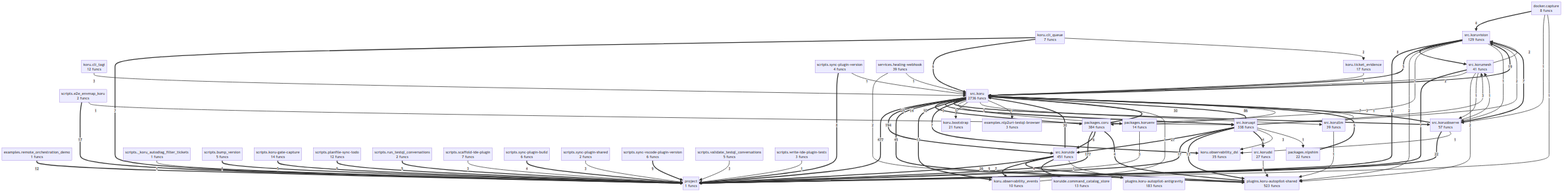
semcod/koru keeps this Mermaid diagram as project/compact_flow.png. Above is the earlier version. Its source is kept beside it as project/compact_flow.mmd.
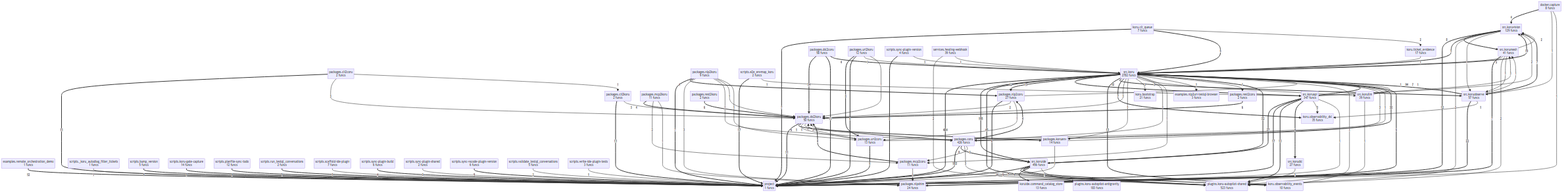
The same diagram one commit later.

The edit, as a diff of the source:
```diff
@@ -4,14 +4,25 @@
     examples__remote_orchestration_demo["examples.remote_orchestration_demo<br/>1 funcs"]
     koru__bootstrap["koru.bootstrap<br/>21 funcs"]
     koru__cli_queue["koru.cli_queue<br/>7 funcs"]
-    koru__cli_tagi["koru.cli_tagi<br/>12 funcs"]
     koru__observability_dsl["koru.observability_dsl<br/>35 funcs"]
     koru__observability_events["koru.observability_events<br/>10 funcs"]
     koru__ticket_evidence["koru.ticket_evidence<br/>17 funcs"]
     koruide__command_catalog_store["koruide.command_catalog_store<br/>13 funcs"]
-    packages__coru["packages.coru<br/>384 funcs"]
+    packages__cli2coru["packages.cli2coru<br/>2 funcs"]
+    packages__cli2koru["packages.cli2koru<br/>2 funcs"]
+    packages__coru["packages.coru<br/>426 funcs"]
+    packages__dsl2coru["packages.dsl2coru<br/>58 funcs"]
+    packages__dsl2koru["packages.dsl2koru<br/>50 funcs"]
     packages__koruenv["packages.koruenv<br/>14 funcs"]
-    packages__nlpshim["packages.nlpshim<br/>22 funcs"]
+    packages__mcp2coru["packages.mcp2coru<br/>11 funcs"]
+    packages__mcp2koru["packages.mcp2koru<br/>11 funcs"]
+    packages__nlp2coru["packages.nlp2coru<br/>27 funcs"]
+    packages__nlp2koru["packages.nlp2koru<br/>9 funcs"]
+    packages__nlpshim["packages.nlpshim<br/>24 funcs"]
+    packages__rest2coru["packages.rest2coru<br/>2 funcs"]
+    packages__rest2koru["packages.rest2koru<br/>2 funcs"]
+    packages__uri2coru["packages.uri2coru<br/>13 funcs"]
+    packages__uri2koru["packages.uri2koru<br/>12 funcs"]
     plugins__koru_autopilot_antigravity["plugins.koru-autopilot-antigravity<br/>183 funcs"]
     plugins__koru_autopilot_shared["plugins.koru-autopilot-shared<br/>523 funcs"]
     project["project<br/>1 funcs"]
@@ -29,68 +40,93 @@
     scripts__validate_testql_conversations["scripts.validate_testql_conversations<br/>5 funcs"]
     scripts__write_ide_plugin_tests["scripts.write-ide-plugin-tests<br/>3 funcs"]
     services__healing_webhook["services.healing-webhook<br/>39 funcs"]
-    src__koru["src.koru<br/>2736 funcs"]
-    src__koruapi["src.koruapi<br/>338 funcs"]
+    src__koru["src.koru<br/>2782 funcs"]
+    src__koruapi["src.koruapi<br/>347 funcs"]
     src__korudsl["src.korudsl<br/>27 funcs"]
-    src__koruide["src.koruide<br/>451 funcs"]
+    src__koruide["src.koruide<br/>456 funcs"]
     src__korullm["src.korullm<br/>39 funcs"]
     src__korumesh["src.korumesh<br/>41 funcs"]
     src__koruobserve["src.koruobserve<br/>57 funcs"]
     src__koruvision["src.koruvision<br/>129 funcs"]
-    src__koru ==>|477| project
-    src__koru ==>|194| src__koruide
-    packages__coru ==>|177| project
-    src__koruapi ==>|86| src__koru
+    src__koru ==>|484| project
+    src__koru ==>|195| src__koruide
+    packages__coru ==>|183| project
+    src__koruapi ==>|94| src__koru
     src__koru ==>|45| plugins__koru_autopilot_shared
+    packages__dsl2coru ==>|34| packages__dsl2koru
+    src__koruide ==>|32| src__koru
     packages__coru ==>|30| src__koru
-    src__koruide ==>|30| src__koru
     src__koruapi ==>|27| src__koruide
     src__koruide ==>|26| project
-    src__koru ==>|25| packages__coru
     src__koruobserve ==>|22| project
+    src__koru ==>|22| packages__nlp2coru
     src__koru ==>|19| src__koruvision
     src__koruapi ==>|17| project
     scripts__e2e_envmap_koru ==>|17| project
-    src__koru ==>|14| src__koruapi
+    src__koru ==>|15| src__koruapi
     src__koruapi ==>|13| plugins__koru_autopilot_shared
     src__koru ==>|13| koru__observability_events
     examples__remote_orchestration_demo ==>|12| project
     src__koruvision ==>|12| project
+    packages__dsl2koru ==>|11| project
+    packages__cli2koru ==>|11| project
+    packages__dsl2coru ==>|11| project
+    packages__cli2coru ==>|11| project
     src__koru ==>|10| src__koruobserve
     src__koruide ==>|9| plugins__koru_autopilot_shared
     scripts__planfile_sync_todo ==>|9| project
     scripts__sync_vscode_plugin_version ==>|9| project
+    packages__uri2koru ==>|8| packages__uri2coru
+    packages__coru ==>|8| src__koruide
     src__koruvision ==>|8| src__korumesh
     scripts__sync_plugin_version ==>|8| project
+    packages__nlp2koru ==>|7| project
     src__koruobserve ==>|7| src__koru
     src__koruobserve ==>|7| src__koruvision
     src__korumesh ==>|7| project
     src__koruide ==>|7| koru__observability_events
     src__koru ==>|7| koru__observability_dsl
     koru__cli_queue ==>|7| project
+    packages__dsl2koru ==>|6| packages__koruenv
+    packages__uri2coru ==>|6| project
     packages__nlpshim ==>|6| src__koru
-    packages__coru ==>|6| src__koruide
+    packages__uri2koru ==>|6| project
+    packages__nlp2coru ==>|6| project
+    packages__rest2coru ==>|6| packages__dsl2koru
+    packages__rest2koru ==>|6| packages__dsl2koru
     koru__cli_queue ==>|6| src__koru
     scripts__bump_version ==>|6| project
     src__koruvision ==>|5| src__koru
     scripts__koru_gate_capture ==>|5| project
     scripts__run_testql_conversations ==>|5| project
-    packages__coru ==>|4| plugins__koru_autopilot_shared
+    packages__dsl2coru ==>|4| src__koru
+    packages__mcp2coru ==>|4| packages__dsl2koru
+    packages__mcp2koru ==>|4| packages__dsl2koru
+    packages__coru ==>|4| packages__nlp2coru
+    packages__nlp2koru ==>|4| packages__nlp2coru
     src__koruapi ==>|4| src__korudsl
     src__koruide ==>|4| koruide__command_catalog_store
     docker__capture ==>|4| src__koruvision
     scripts__sync_plugin_build ==>|4| project
     packages__koruenv -->|3| src__koru
     packages__koruenv -->|3| project
+    packages__cli2koru -->|3| packages__dsl2koru
+    packages__cli2coru -->|3| packages__dsl2koru
+    packages__coru -->|3| packages__dsl2koru
+    packages__coru -->|3| plugins__koru_autopilot_shared
+    packages__coru -->|3| packages__mcp2coru
+    packages__nlp2koru -->|3| packages__nlpshim
     src__koruapi -->|3| src__korumesh
     src__koruapi -->|3| koru__observability_dsl
+    src__koru -->|3| packages__dsl2koru
     src__koru -->|3| packages__koruenv
     src__koru -->|3| koru__bootstrap
     src__koru -->|3| src__korullm
-    koru__cli_tagi -->|3| src__koru
     scripts__sync_plugin_shared -->|3| project
     scripts__scaffold_ide_plugin -->|3| project
     scripts__validate_testql_conversations -->|3| project
+    packages__mcp2koru -->|2| packages__mcp2coru
+    packages__nlp2coru -->|2| packages__dsl2koru
     services__healing_webhook -->|2| plugins__koru_autopilot_shared
     src__koruapi -->|2| src__koruvision
     src__koruvision -->|2| plugins__koru_autopilot_shared
@@ -98,6 +134,21 @@
     src__korumesh -->|2| src__koruvision
     src__korumesh -->|2| plugins__koru_autopilot_shared
     koru__cli_queue -->|2| koru__ticket_evidence
+    src__koru -->|2| packages__coru
+    packages__dsl2koru -->|1| packages__uri2coru
+    packages__dsl2koru -->|1| packages__coru
+    packages__uri2coru -->|1| src__koru
+    packages__uri2coru -->|1| packages__dsl2koru
+    packages__mcp2coru -->|1| packages__nlpshim
+    packages__cli2coru -->|1| packages__cli2koru
+    packages__mcp2koru -->|1| packages__nlpshim
+    packages__uri2koru -->|1| src__koru
+    packages__uri2koru -->|1| packages__dsl2koru
+    packages__nlp2coru -->|1| src__koru
+    packages__nlp2coru -->|1| packages__uri2coru
+    packages__nlp2koru -->|1| packages__coru
+    packages__nlp2koru -->|1| packages__dsl2koru
+    packages__nlp2koru -->|1| packages__uri2coru
     services__healing_webhook -->|1| src__koru
     src__koruobserve -->|1| src__korumesh
     src__koruobserve -->|1| koru__observability_dsl
@@ -105,13 +156,14 @@
     src__koruapi -->|1| packages__nlpshim
     src__korullm -->|1| src__koru
     src__korullm -->|1| plugins__koru_autopilot_shared
-    src__koruvision -->|1| packages__coru
     src__koruvision -->|1| src__koruobserve
     src__korumesh -->|1| src__koruobserve
     src__koruide -->|1| plugins__koru_autopilot_antigravity
+    src__koru -->|1| packages__mcp2coru
     koru__ticket_evidence -->|1| src__koru
     koru__observability_events -->|1| src__koru
     src__koru -->|1| examples__nlp2uri_testql_browser
+    src__koru -->|1| packages__rest2coru
     docker__capture -->|1| src__koruobserve
     docker__capture -->|1| project
     scripts__write_ide_plugin_tests -->|1| project
```
